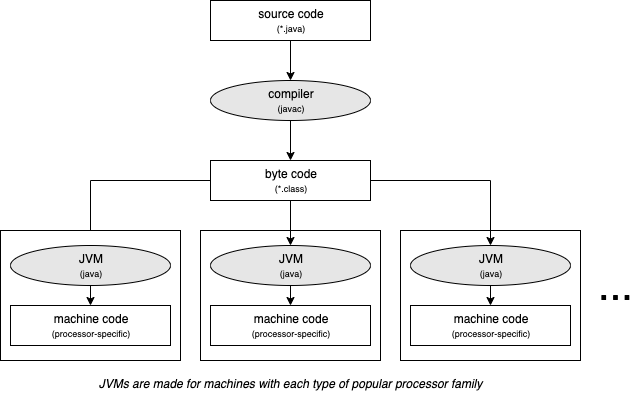
Above: docs/images/java_paradigm.png in nyu-computer-science/intro-to-computer-science (draw.io), before the change. Source tidied: cells renumbered, new cells last; positions are measured from the earlier drawing's top-left corner, leaving out a move shared by most shapes.
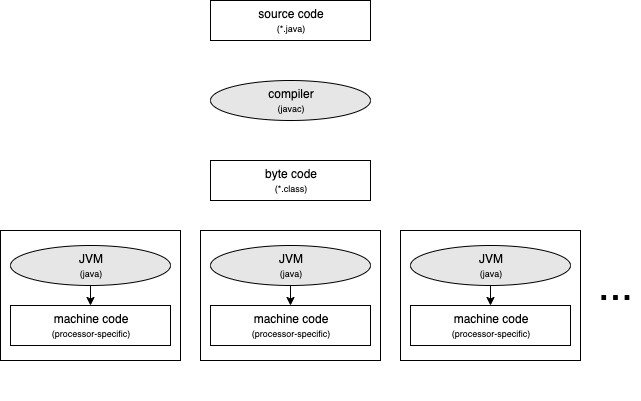
Above is the later version.

The edit, as a diff of the source:
```diff
@@ -1,4 +1,4 @@
-<mxGraphModel>
+<mxGraphModel background="#000000">
   <root>
     <mxCell id="0" />
     <mxCell id="1" parent="0" />
@@ -32,26 +32,30 @@
     <mxCell id="11" value="machine code&lt;br&gt;&lt;font style=&quot;font-size: 9px&quot;&gt;(processor-specific)&lt;/font&gt;" style="rounded=0;whiteSpace=wrap;html=1;" parent="7" vertex="1">
       <mxGeometry x="10" y="75" width="160" height="40" as="geometry" />
     </mxCell>
-    <mxCell id="12" style="edgeStyle=orthogonalEdgeStyle;rounded=0;jettySize=auto;html=1;" parent="1" edge="1" source="13" target="15">
+    <mxCell id="12" style="edgeStyle=orthogonalEdgeStyle;rounded=0;jettySize=auto;html=1;strokeColor=#FFFFFF;" parent="1" edge="1" source="13" target="15">
       <mxGeometry relative="1" as="geometry" />
     </mxCell>
     <mxCell id="13" value="source code&lt;br&gt;&lt;font style=&quot;font-size: 9px&quot;&gt;(*.java)&lt;/font&gt;" style="rounded=0;whiteSpace=wrap;html=1;" parent="1" vertex="1">
       <mxGeometry x="210" width="160" height="40" as="geometry" />
     </mxCell>
-    <mxCell id="14" style="edgeStyle=orthogonalEdgeStyle;rounded=0;jettySize=auto;html=1;" parent="1" edge="1" source="15" target="19">
+    <mxCell id="14" style="edgeStyle=orthogonalEdgeStyle;rounded=0;jettySize=auto;html=1;strokeColor=#FFFFFF;" parent="1" edge="1" source="15" target="19">
       <mxGeometry relative="1" as="geometry" />
     </mxCell>
     <mxCell id="15" value="compiler&lt;br&gt;&lt;font style=&quot;font-size: 9px&quot;&gt;(javac)&lt;/font&gt;" style="ellipse;whiteSpace=wrap;html=1;fillColor=#E6E6E6;" parent="1" vertex="1">
       <mxGeometry x="210" y="80" width="160" height="40" as="geometry" />
     </mxCell>
-    <mxCell id="16" style="edgeStyle=orthogonalEdgeStyle;rounded=0;jettySize=auto;html=1;exitX=0;exitY=0.5;exitDx=0;exitDy=0;" parent="1" edge="1" source="19" target="23">
+    <mxCell id="16" style="edgeStyle=orthogonalEdgeStyle;rounded=0;jettySize=auto;html=1;exitX=0;exitY=0.5;exitDx=0;exitDy=0;strokeColor=#FFFFFF;entryX=0.5;entryY=0;entryDx=0;entryDy=0;" parent="1" edge="1" source="19" target="22">
       <mxGeometry relative="1" as="geometry" />
     </mxCell>
-    <mxCell id="17" style="edgeStyle=orthogonalEdgeStyle;rounded=0;jettySize=auto;html=1;exitX=0.5;exitY=1;exitDx=0;exitDy=0;entryX=0.5;entryY=0;entryDx=0;entryDy=0;" parent="1" edge="1" source="19" target="5">
-      <mxGeometry relative="1" as="geometry" />
+    <mxCell id="17" style="edgeStyle=orthogonalEdgeStyle;rounded=0;jettySize=auto;html=1;exitX=0.5;exitY=1;exitDx=0;exitDy=0;strokeColor=#FFFFFF;" parent="1" edge="1" source="19">
+      <mxGeometry relative="1" as="geometry">
+        <mxPoint x="290" y="230" as="targetPoint" />
+      </mxGeometry>
     </mxCell>
-    <mxCell id="18" style="edgeStyle=orthogonalEdgeStyle;rounded=0;jettySize=auto;html=1;exitX=1;exitY=0.5;exitDx=0;exitDy=0;entryX=0.5;entryY=0;entryDx=0;entryDy=0;" parent="1" edge="1" source="19" target="10">
-      <mxGeometry relative="1" as="geometry" />
+    <mxCell id="18" style="edgeStyle=orthogonalEdgeStyle;rounded=0;jettySize=auto;html=1;exitX=1;exitY=0.5;exitDx=0;exitDy=0;strokeColor=#FFFFFF;" parent="1" edge="1" source="19">
+      <mxGeometry relative="1" as="geometry">
+        <mxPoint x="490" y="230" as="targetPoint" />
+      </mxGeometry>
     </mxCell>
     <mxCell id="19" value="byte code&lt;br&gt;&lt;font style=&quot;font-size: 9px&quot;&gt;(*.class)&lt;/font&gt;" style="rounded=0;whiteSpace=wrap;html=1;" parent="1" vertex="1">
       <mxGeometry x="210" y="160" width="160" height="40" as="geometry" />
@@ -74,7 +78,7 @@
     <mxCell id="25" style="edgeStyle=orthogonalEdgeStyle;rounded=0;jettySize=auto;html=1;exitX=0.5;exitY=1;exitDx=0;exitDy=0;entryX=0.5;entryY=0;entryDx=0;entryDy=0;" parent="21" edge="1" source="23" target="24">
       <mxGeometry relative="1" as="geometry" />
     </mxCell>
-    <mxCell id="26" value="JVMs are made for machines with each type of popular processor family" style="text;html=1;align=center;fontStyle=2;" parent="1" vertex="1">
+    <mxCell id="26" value="JVMs are made for machines with each type of popular processor family" style="text;html=1;align=center;fontStyle=2;fontColor=#FFFFFF;" parent="1" vertex="1">
       <mxGeometry y="370" width="580" height="30" as="geometry" />
     </mxCell>
   </root>
```
